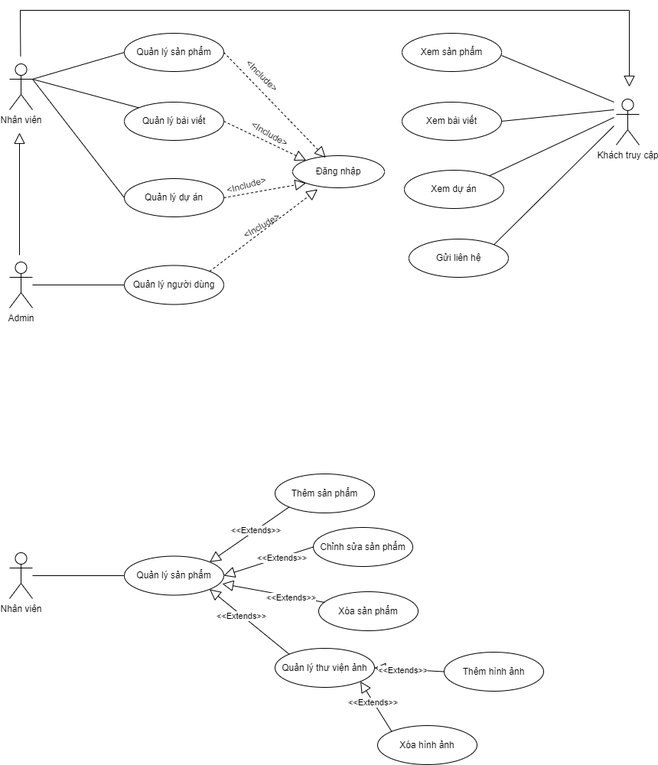
Above: UseCase.png in ChauCongTu/thiet-ke-linh-tinh (draw.io), before the change. Source tidied: cells renumbered, new cells last; positions are measured from the earlier drawing's top-left corner, leaving out a move shared by most shapes.
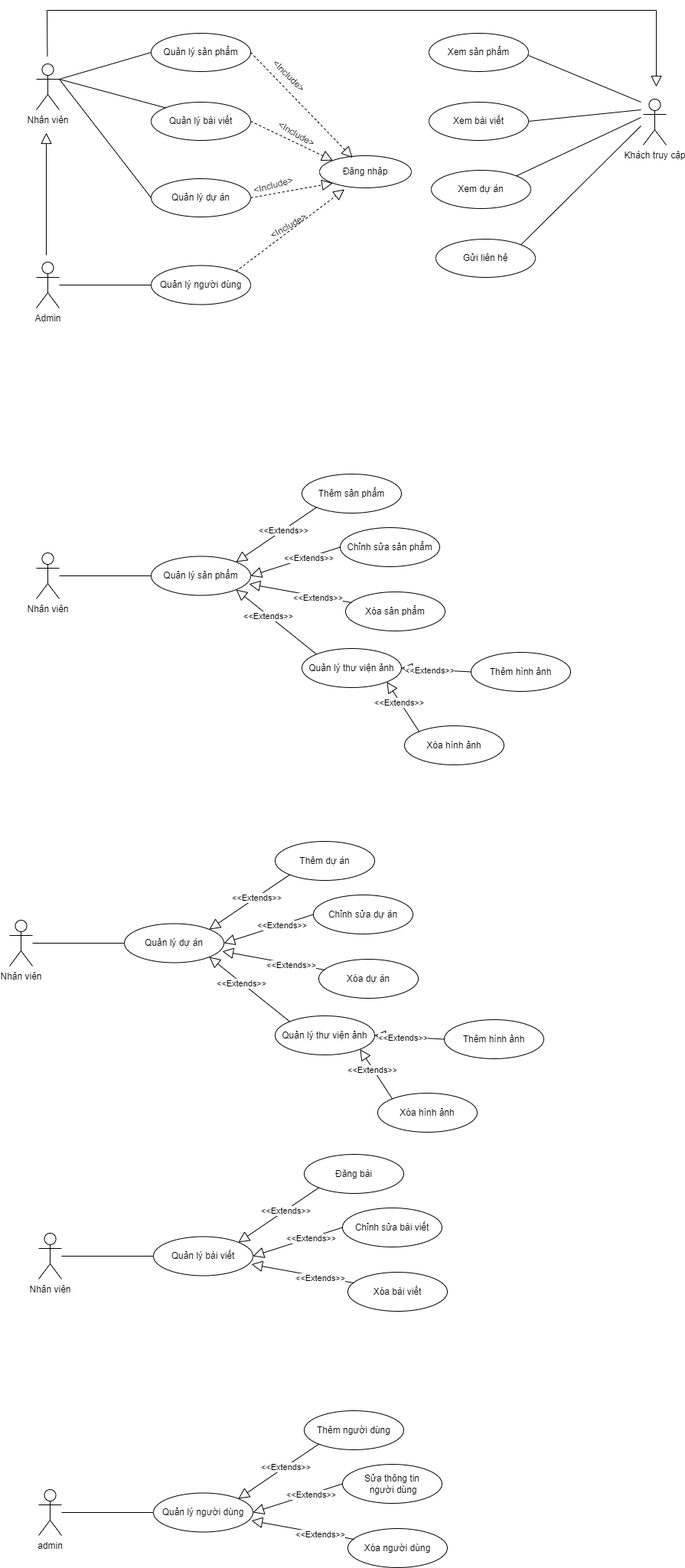
The same file after the commit.

Commit message:
Cập nhật UseCase.png

Diff of the diagram source:
```diff
@@ -176,5 +176,146 @@
     <mxCell id="52" value="&amp;lt;&amp;lt;Extends&amp;gt;&amp;gt;" style="edgeLabel;html=1;align=center;verticalAlign=middle;" parent="51" vertex="1">
       <mxGeometry x="0.2" y="1" relative="1" as="geometry" />
     </mxCell>
+    <mxCell id="53" value="Nhân viên" style="shape=umlActor;verticalLabelPosition=bottom;verticalAlign=top;html=1;outlineConnect=0;" parent="1" vertex="1">
+      <mxGeometry x="-35" y="1189" width="30" height="60" as="geometry" />
+    </mxCell>
+    <mxCell id="54" value="Quản lý dự án" style="ellipse;whiteSpace=wrap;html=1;" parent="1" vertex="1">
+      <mxGeometry x="115" y="1193.5" width="130" height="51" as="geometry" />
+    </mxCell>
+    <mxCell id="55" style="endArrow=none;html=1;rounded=0;entryX=0;entryY=0.5;entryDx=0;entryDy=0;" parent="1" edge="1" source="53" target="54">
+      <mxGeometry relative="1" as="geometry" />
+    </mxCell>
+    <mxCell id="56" value="Thêm dự án" style="ellipse;whiteSpace=wrap;html=1;" parent="1" vertex="1">
+      <mxGeometry x="312" y="1086" width="130" height="51" as="geometry" />
+    </mxCell>
+    <mxCell id="57" value="Quản lý thư viện ảnh" style="ellipse;whiteSpace=wrap;html=1;" parent="1" vertex="1">
+      <mxGeometry x="312" y="1314" width="130" height="51" as="geometry" />
+    </mxCell>
+    <mxCell id="58" value="Chỉnh sửa dự án" style="ellipse;whiteSpace=wrap;html=1;" parent="1" vertex="1">
+      <mxGeometry x="362" y="1156" width="130" height="51" as="geometry" />
+    </mxCell>
+    <mxCell id="59" value="Xóa dự án" style="ellipse;whiteSpace=wrap;html=1;" parent="1" vertex="1">
+      <mxGeometry x="369" y="1240" width="130" height="51" as="geometry" />
+    </mxCell>
+    <mxCell id="60" value="Thêm hình ảnh" style="ellipse;whiteSpace=wrap;html=1;" parent="1" vertex="1">
+      <mxGeometry x="533" y="1319" width="130" height="51" as="geometry" />
+    </mxCell>
+    <mxCell id="61" value="Xóa hình ảnh" style="ellipse;whiteSpace=wrap;html=1;" parent="1" vertex="1">
+      <mxGeometry x="446" y="1415" width="130" height="51" as="geometry" />
+    </mxCell>
+    <mxCell id="62" style="edgeStyle=none;html=1;endSize=12;endArrow=block;endFill=0;rounded=0;entryX=1;entryY=0;entryDx=0;entryDy=0;exitX=0;exitY=1;exitDx=0;exitDy=0;startArrow=none;startFill=0;" parent="1" edge="1" source="56" target="54">
+      <mxGeometry relative="1" as="geometry" />
+    </mxCell>
+    <mxCell id="63" value="&amp;lt;&amp;lt;Extends&amp;gt;&amp;gt;" style="edgeLabel;html=1;align=center;verticalAlign=middle;" parent="62" vertex="1">
+      <mxGeometry x="-0.16" relative="1" as="geometry" />
+    </mxCell>
+    <mxCell id="64" style="edgeStyle=none;html=1;endSize=12;endArrow=block;endFill=0;rounded=0;entryX=1;entryY=0.5;entryDx=0;entryDy=0;exitX=0;exitY=0.5;exitDx=0;exitDy=0;" parent="1" edge="1" source="58" target="54">
+      <mxGeometry relative="1" as="geometry" />
+    </mxCell>
+    <mxCell id="65" value="&amp;lt;&amp;lt;Extends&amp;gt;&amp;gt;" style="edgeLabel;html=1;align=center;verticalAlign=middle;" parent="64" vertex="1">
+      <mxGeometry x="-0.28" relative="1" as="geometry">
+        <mxPoint y="1" as="offset" />
+      </mxGeometry>
+    </mxCell>
+    <mxCell id="66" style="edgeStyle=none;html=1;endSize=12;endArrow=block;endFill=0;rounded=0;entryX=0.985;entryY=0.709;entryDx=0;entryDy=0;exitX=0.062;exitY=0.275;exitDx=0;exitDy=0;entryPerimeter=0;exitPerimeter=0;" parent="1" edge="1" source="59" target="54">
+      <mxGeometry relative="1" as="geometry" />
+    </mxCell>
+    <mxCell id="67" value="&amp;lt;&amp;lt;Extends&amp;gt;&amp;gt;" style="edgeLabel;html=1;align=center;verticalAlign=middle;" parent="66" vertex="1">
+      <mxGeometry x="-0.34" y="2" relative="1" as="geometry" />
+    </mxCell>
+    <mxCell id="68" style="edgeStyle=none;html=1;endSize=12;endArrow=block;endFill=0;rounded=0;entryX=1;entryY=1;entryDx=0;entryDy=0;exitX=0;exitY=0;exitDx=0;exitDy=0;" parent="1" edge="1" source="57" target="54">
+      <mxGeometry relative="1" as="geometry" />
+    </mxCell>
+    <mxCell id="69" value="&amp;lt;&amp;lt;Extends&amp;gt;&amp;gt;" style="edgeLabel;html=1;align=center;verticalAlign=middle;" parent="68" vertex="1">
+      <mxGeometry x="0.2" y="1" relative="1" as="geometry" />
+    </mxCell>
+    <mxCell id="70" style="edgeStyle=none;html=1;endSize=12;endArrow=block;endFill=0;rounded=0;entryX=1;entryY=1;entryDx=0;entryDy=0;exitX=0;exitY=0;exitDx=0;exitDy=0;" parent="1" edge="1" source="61" target="57">
+      <mxGeometry relative="1" as="geometry" />
+    </mxCell>
+    <mxCell id="71" value="&amp;lt;&amp;lt;Extends&amp;gt;&amp;gt;" style="edgeLabel;html=1;align=center;verticalAlign=middle;" parent="70" vertex="1">
+      <mxGeometry x="0.2" y="1" relative="1" as="geometry" />
+    </mxCell>
+    <mxCell id="72" style="edgeStyle=none;html=1;endSize=12;endArrow=block;endFill=0;rounded=0;entryX=1;entryY=0.5;entryDx=0;entryDy=0;exitX=0;exitY=0.5;exitDx=0;exitDy=0;" parent="1" edge="1" source="60" target="57">
+      <mxGeometry relative="1" as="geometry" />
+    </mxCell>
+    <mxCell id="73" value="&amp;lt;&amp;lt;Extends&amp;gt;&amp;gt;" style="edgeLabel;html=1;align=center;verticalAlign=middle;" parent="72" vertex="1">
+      <mxGeometry x="0.2" y="1" relative="1" as="geometry" />
+    </mxCell>
+    <mxCell id="74" value="Nhân viên" style="shape=umlActor;verticalLabelPosition=bottom;verticalAlign=top;html=1;outlineConnect=0;" parent="1" vertex="1">
+      <mxGeometry x="3" y="1598" width="30" height="60" as="geometry" />
+    </mxCell>
+    <mxCell id="75" value="Quản lý bài viết" style="ellipse;whiteSpace=wrap;html=1;" parent="1" vertex="1">
+      <mxGeometry x="153" y="1602.5" width="130" height="51" as="geometry" />
+    </mxCell>
+    <mxCell id="76" style="endArrow=none;html=1;rounded=0;entryX=0;entryY=0.5;entryDx=0;entryDy=0;" parent="1" edge="1" source="74" target="75">
+      <mxGeometry relative="1" as="geometry" />
+    </mxCell>
+    <mxCell id="77" value="Đăng bài" style="ellipse;whiteSpace=wrap;html=1;" parent="1" vertex="1">
+      <mxGeometry x="350" y="1495" width="130" height="51" as="geometry" />
+    </mxCell>
+    <mxCell id="78" value="Chỉnh sửa bài viết" style="ellipse;whiteSpace=wrap;html=1;" parent="1" vertex="1">
+      <mxGeometry x="400" y="1565" width="130" height="51" as="geometry" />
+    </mxCell>
+    <mxCell id="79" value="Xóa bài viết" style="ellipse;whiteSpace=wrap;html=1;" parent="1" vertex="1">
+      <mxGeometry x="407" y="1649" width="130" height="51" as="geometry" />
+    </mxCell>
+    <mxCell id="80" style="edgeStyle=none;html=1;endSize=12;endArrow=block;endFill=0;rounded=0;entryX=1;entryY=0;entryDx=0;entryDy=0;exitX=0;exitY=1;exitDx=0;exitDy=0;startArrow=none;startFill=0;" parent="1" edge="1" source="77" target="75">
+      <mxGeometry relative="1" as="geometry" />
+    </mxCell>
+    <mxCell id="81" value="&amp;lt;&amp;lt;Extends&amp;gt;&amp;gt;" style="edgeLabel;html=1;align=center;verticalAlign=middle;" parent="80" vertex="1">
+      <mxGeometry x="-0.16" relative="1" as="geometry" />
+    </mxCell>
+    <mxCell id="82" style="edgeStyle=none;html=1;endSize=12;endArrow=block;endFill=0;rounded=0;entryX=1;entryY=0.5;entryDx=0;entryDy=0;exitX=0;exitY=0.5;exitDx=0;exitDy=0;" parent="1" edge="1" source="78" target="75">
+      <mxGeometry relative="1" as="geometry" />
+    </mxCell>
+    <mxCell id="83" value="&amp;lt;&amp;lt;Extends&amp;gt;&amp;gt;" style="edgeLabel;html=1;align=center;verticalAlign=middle;" parent="82" vertex="1">
+      <mxGeometry x="-0.28" relative="1" as="geometry">
+        <mxPoint y="1" as="offset" />
+      </mxGeometry>
+    </mxCell>
+    <mxCell id="84" style="edgeStyle=none;html=1;endSize=12;endArrow=block;endFill=0;rounded=0;entryX=0.985;entryY=0.709;entryDx=0;entryDy=0;exitX=0.062;exitY=0.275;exitDx=0;exitDy=0;entryPerimeter=0;exitPerimeter=0;" parent="1" edge="1" source="79" target="75">
+      <mxGeometry relative="1" as="geometry" />
+    </mxCell>
+    <mxCell id="85" value="&amp;lt;&amp;lt;Extends&amp;gt;&amp;gt;" style="edgeLabel;html=1;align=center;verticalAlign=middle;" parent="84" vertex="1">
+      <mxGeometry x="-0.34" y="2" relative="1" as="geometry" />
+    </mxCell>
+    <mxCell id="86" value="admin" style="shape=umlActor;verticalLabelPosition=bottom;verticalAlign=top;html=1;outlineConnect=0;" parent="1" vertex="1">
+      <mxGeometry x="3" y="1933" width="30" height="60" as="geometry" />
+    </mxCell>
+    <mxCell id="87" value="Quản lý người dùng" style="ellipse;whiteSpace=wrap;html=1;" parent="1" vertex="1">
+      <mxGeometry x="153" y="1937.5" width="130" height="51" as="geometry" />
+    </mxCell>
+    <mxCell id="88" style="endArrow=none;html=1;rounded=0;entryX=0;entryY=0.5;entryDx=0;entryDy=0;" parent="1" edge="1" source="86" target="87">
+      <mxGeometry relative="1" as="geometry" />
+    </mxCell>
+    <mxCell id="89" value="Thêm người dùng" style="ellipse;whiteSpace=wrap;html=1;" parent="1" vertex="1">
+      <mxGeometry x="350" y="1830" width="130" height="51" as="geometry" />
+    </mxCell>
+    <mxCell id="90" value="Sửa thông tin&lt;br&gt;&amp;nbsp;người dùng" style="ellipse;whiteSpace=wrap;html=1;" parent="1" vertex="1">
+      <mxGeometry x="400" y="1900" width="130" height="51" as="geometry" />
+    </mxCell>
+    <mxCell id="91" value="Xóa người dùng" style="ellipse;whiteSpace=wrap;html=1;" parent="1" vertex="1">
+      <mxGeometry x="407" y="1984" width="130" height="51" as="geometry" />
+    </mxCell>
+    <mxCell id="92" style="edgeStyle=none;html=1;endSize=12;endArrow=block;endFill=0;rounded=0;entryX=1;entryY=0;entryDx=0;entryDy=0;exitX=0;exitY=1;exitDx=0;exitDy=0;startArrow=none;startFill=0;" parent="1" edge="1" source="89" target="87">
+      <mxGeometry relative="1" as="geometry" />
+    </mxCell>
+    <mxCell id="93" value="&amp;lt;&amp;lt;Extends&amp;gt;&amp;gt;" style="edgeLabel;html=1;align=center;verticalAlign=middle;" parent="92" vertex="1">
+      <mxGeometry x="-0.16" relative="1" as="geometry" />
+    </mxCell>
+    <mxCell id="94" style="edgeStyle=none;html=1;endSize=12;endArrow=block;endFill=0;rounded=0;entryX=1;entryY=0.5;entryDx=0;entryDy=0;exitX=0;exitY=0.5;exitDx=0;exitDy=0;" parent="1" edge="1" source="90" target="87">
+      <mxGeometry relative="1" as="geometry" />
+    </mxCell>
+    <mxCell id="95" value="&amp;lt;&amp;lt;Extends&amp;gt;&amp;gt;" style="edgeLabel;html=1;align=center;verticalAlign=middle;" parent="94" vertex="1">
+      <mxGeometry x="-0.28" relative="1" as="geometry">
+        <mxPoint y="1" as="offset" />
+      </mxGeometry>
+    </mxCell>
+    <mxCell id="96" style="edgeStyle=none;html=1;endSize=12;endArrow=block;endFill=0;rounded=0;entryX=0.985;entryY=0.709;entryDx=0;entryDy=0;exitX=0.062;exitY=0.275;exitDx=0;exitDy=0;entryPerimeter=0;exitPerimeter=0;" parent="1" edge="1" source="91" target="87">
+      <mxGeometry relative="1" as="geometry" />
+    </mxCell>
+    <mxCell id="97" value="&amp;lt;&amp;lt;Extends&amp;gt;&amp;gt;" style="edgeLabel;html=1;align=center;verticalAlign=middle;" parent="96" vertex="1">
+      <mxGeometry x="-0.34" y="2" relative="1" as="geometry" />
+    </mxCell>
   </root>
 </mxGraphModel>
```
